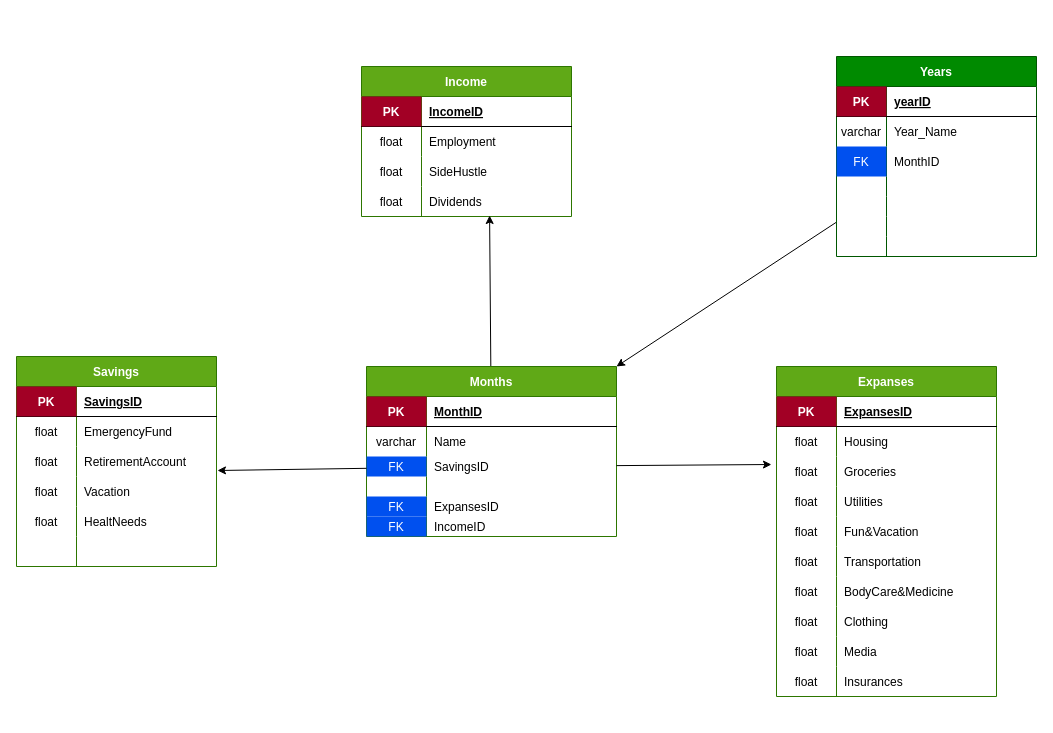
Before: DBdiagram.drawio in demxem/BudgetPlanner, a draw.io diagram. Source tidied: cells renumbered, new cells numbered last; positions are measured from the earlier drawing's top-left corner, leaving out a move shared by most shapes. Both pictures are drawn from the tidied source at 100%, with x=0, y=0 at pixel (16, 16).
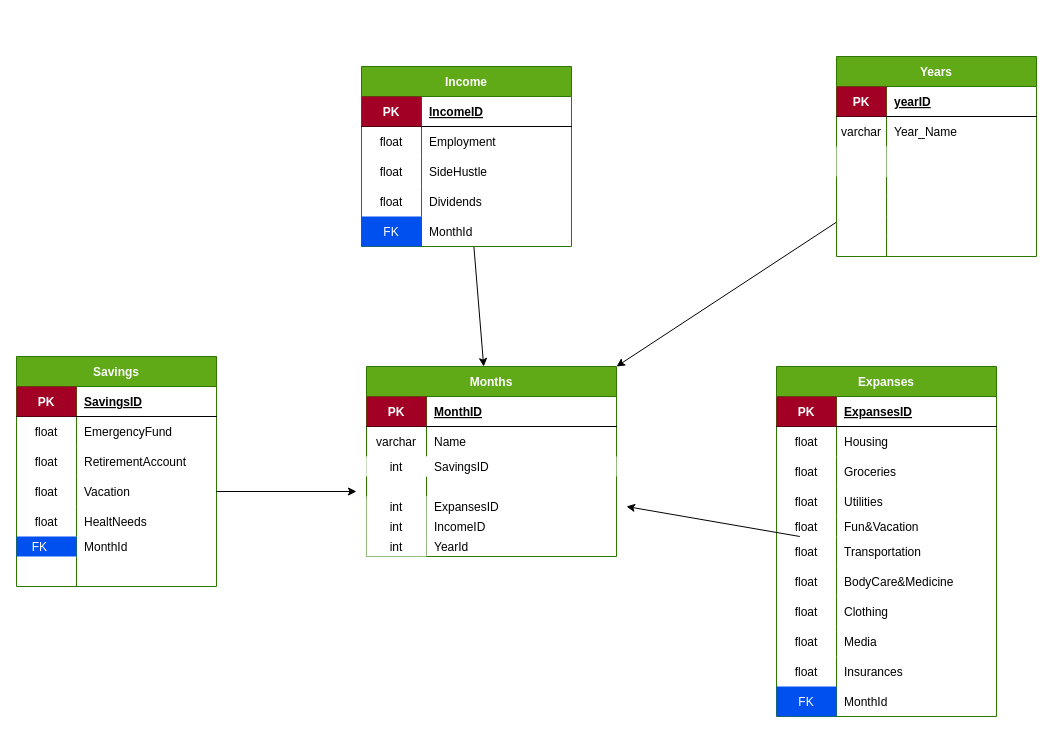
The same page after the edit.

The change refers to these unchanged cells:
```xml
<mxCell id="10" style="shape=tableRow;horizontal=0;startSize=0;swimlaneHead=0;swimlaneBody=0;fillColor=none;top=0;left=0;right=0;bottom=0;" parent="3" vertex="1">
  <mxGeometry y="90" width="200" height="30" as="geometry" />
</mxCell>
<mxCell id="35" style="shape=tableRow;horizontal=0;startSize=0;swimlaneHead=0;swimlaneBody=0;fillColor=none;points=[[0,0.5],[1,0.5]];portConstraint=eastwest;top=0;left=0;right=0;bottom=0;" parent="25" vertex="1">
  <mxGeometry y="120" width="210" height="30" as="geometry" />
</mxCell>
<mxCell id="45" style="shape=tableRow;horizontal=0;startSize=0;swimlaneHead=0;swimlaneBody=0;fillColor=none;points=[[0,0.5],[1,0.5]];portConstraint=eastwest;top=0;left=0;right=0;bottom=0;" parent="38" vertex="1">
  <mxGeometry y="90" width="220" height="30" as="geometry" />
</mxCell>
<mxCell id="76" style="shape=tableRow;horizontal=0;startSize=0;swimlaneHead=0;swimlaneBody=0;fillColor=none;points=[[0,0.5],[1,0.5]];portConstraint=eastwest;top=0;left=0;right=0;bottom=0;" parent="69" vertex="1">
  <mxGeometry y="90" width="200" height="30" as="geometry" />
</mxCell>
<mxCell id="79" style="shape=tableRow;horizontal=0;startSize=0;swimlaneHead=0;swimlaneBody=0;fillColor=none;points=[[0,0.5],[1,0.5]];portConstraint=eastwest;top=0;left=0;right=0;bottom=0;" parent="69" vertex="1">
  <mxGeometry y="120" width="200" height="30" as="geometry" />
</mxCell>
<mxCell id="102" style="shape=tableRow;horizontal=0;startSize=0;swimlaneHead=0;swimlaneBody=0;fillColor=none;top=0;left=0;right=0;bottom=0;" parent="89" vertex="1">
  <mxGeometry y="130" width="250" height="20" as="geometry" />
</mxCell>
<mxCell id="105" style="shape=tableRow;horizontal=0;startSize=0;swimlaneHead=0;swimlaneBody=0;fillColor=none;top=0;left=0;right=0;bottom=0;" parent="89" vertex="1">
  <mxGeometry y="150" width="250" height="20" as="geometry" />
</mxCell>
```

The edit, as a diff of the source:
```diff
@@
-    <mxCell id="3" value="Years" style="shape=table;startSize=30;childLayout=tableLayout;rowLines=0;fontStyle=1;align=center;fillColor=#008a00;fontColor=#ffffff;strokeColor=#005700;" parent="1" vertex="1">
+    <mxCell id="3" value="Years" style="shape=table;startSize=30;childLayout=tableLayout;rowLines=0;fontStyle=1;align=center;fillColor=#60a917;fontColor=#ffffff;strokeColor=#2D7600;" parent="1" vertex="1">
       <mxGeometry x="820" y="40" width="200" height="200" as="geometry" />
     </mxCell>
@@
-    <mxCell id="11" value="FK" style="shape=partialRectangle;fillColor=#0050ef;top=0;left=0;bottom=0;right=0;overflow=hidden;fontColor=#ffffff;strokeColor=#001DBC;" parent="10" vertex="1">
+    <mxCell id="11" style="shape=partialRectangle;top=0;left=0;bottom=0;right=0;overflow=hidden;" parent="10" vertex="1">
       <mxGeometry width="50" height="30" as="geometry" />
     </mxCell>
-    <mxCell id="12" value="MonthID" style="shape=partialRectangle;fillColor=none;top=0;left=0;bottom=0;right=0;align=left;spacingLeft=6;overflow=hidden;" parent="10" vertex="1">
+    <mxCell id="12" style="shape=partialRectangle;fillColor=none;top=0;left=0;bottom=0;right=0;align=left;spacingLeft=6;overflow=hidden;" parent="10" vertex="1">
       <mxGeometry x="50" width="150" height="30" as="geometry" />
     </mxCell>
@@
+    <mxCell id="111" style="edgeStyle=none;html=1;" parent="1" edge="1" source="25" target="89">
+      <mxGeometry relative="1" as="geometry" />
+    </mxCell>
     <mxCell id="25" value="Income" style="shape=table;startSize=30;childLayout=tableLayout;rowLines=0;fontStyle=1;align=center;fillColor=#60a917;fontColor=#ffffff;strokeColor=#2D7600;" parent="1" vertex="1">
-      <mxGeometry x="345" y="50" width="210" height="150" as="geometry" />
+      <mxGeometry x="345" y="50" width="210" height="180" as="geometry" />
     </mxCell>
@@
+    <mxCell id="112" style="shape=tableRow;horizontal=0;startSize=0;swimlaneHead=0;swimlaneBody=0;fillColor=none;top=0;left=0;right=0;bottom=0;" parent="25" vertex="1">
+      <mxGeometry y="150" width="210" height="30" as="geometry" />
+    </mxCell>
+    <mxCell id="113" value="FK" style="shape=partialRectangle;fillColor=#0050ef;top=0;left=0;bottom=0;right=0;overflow=hidden;fontColor=#ffffff;strokeColor=#001DBC;" parent="112" vertex="1">
+      <mxGeometry width="60" height="30" as="geometry" />
+    </mxCell>
+    <mxCell id="114" value="MonthId" style="shape=partialRectangle;fillColor=none;top=0;left=0;bottom=0;right=0;align=left;spacingLeft=6;overflow=hidden;" parent="112" vertex="1">
+      <mxGeometry x="60" width="150" height="30" as="geometry" />
+    </mxCell>
     <mxCell id="38" value="Expanses" style="shape=table;startSize=30;childLayout=tableLayout;rowLines=0;fontStyle=1;align=center;fillColor=#60a917;fontColor=#ffffff;strokeColor=#2D7600;" parent="1" vertex="1">
-      <mxGeometry x="760" y="350" width="220" height="330" as="geometry" />
+      <mxGeometry x="760" y="350" width="220" height="350" as="geometry" />
     </mxCell>
@@
     <mxCell id="51" style="shape=tableRow;horizontal=0;startSize=0;swimlaneHead=0;swimlaneBody=0;fillColor=none;top=0;left=0;right=0;bottom=0;" parent="38" vertex="1">
-      <mxGeometry y="150" width="220" height="30" as="geometry" />
+      <mxGeometry y="150" width="220" height="20" as="geometry" />
     </mxCell>
     <mxCell id="52" value="float" style="shape=partialRectangle;fillColor=none;top=0;left=0;bottom=0;right=0;overflow=hidden;" parent="51" vertex="1">
-      <mxGeometry width="60" height="30" as="geometry" />
+      <mxGeometry width="60" height="20" as="geometry" />
     </mxCell>
     <mxCell id="53" value="Fun&amp;Vacation" style="shape=partialRectangle;fillColor=none;top=0;left=0;bottom=0;right=0;align=left;spacingLeft=6;overflow=hidden;" parent="51" vertex="1">
-      <mxGeometry x="60" width="160" height="30" as="geometry" />
+      <mxGeometry x="60" width="160" height="20" as="geometry" />
     </mxCell>
     <mxCell id="54" style="shape=tableRow;horizontal=0;startSize=0;swimlaneHead=0;swimlaneBody=0;fillColor=none;points=[[0,0.5],[1,0.5]];portConstraint=eastwest;top=0;left=0;right=0;bottom=0;" parent="38" vertex="1">
-      <mxGeometry y="180" width="220" height="30" as="geometry" />
+      <mxGeometry y="170" width="220" height="30" as="geometry" />
     </mxCell>
@@
     <mxCell id="57" style="shape=tableRow;horizontal=0;startSize=0;swimlaneHead=0;swimlaneBody=0;fillColor=none;top=0;left=0;right=0;bottom=0;" parent="38" vertex="1">
-      <mxGeometry y="210" width="220" height="30" as="geometry" />
+      <mxGeometry y="200" width="220" height="30" as="geometry" />
     </mxCell>
@@
     <mxCell id="60" style="shape=tableRow;horizontal=0;startSize=0;swimlaneHead=0;swimlaneBody=0;fillColor=none;top=0;left=0;right=0;bottom=0;" parent="38" vertex="1">
-      <mxGeometry y="240" width="220" height="30" as="geometry" />
+      <mxGeometry y="230" width="220" height="30" as="geometry" />
     </mxCell>
@@
     <mxCell id="63" style="shape=tableRow;horizontal=0;startSize=0;swimlaneHead=0;swimlaneBody=0;fillColor=none;top=0;left=0;right=0;bottom=0;" parent="38" vertex="1">
-      <mxGeometry y="270" width="220" height="30" as="geometry" />
+      <mxGeometry y="260" width="220" height="30" as="geometry" />
     </mxCell>
@@
     <mxCell id="66" style="shape=tableRow;horizontal=0;startSize=0;swimlaneHead=0;swimlaneBody=0;fillColor=none;top=0;left=0;right=0;bottom=0;" parent="38" vertex="1">
-      <mxGeometry y="300" width="220" height="30" as="geometry" />
+      <mxGeometry y="290" width="220" height="30" as="geometry" />
     </mxCell>
@@
+    <mxCell id="115" style="shape=tableRow;horizontal=0;startSize=0;swimlaneHead=0;swimlaneBody=0;fillColor=none;top=0;left=0;right=0;bottom=0;" parent="38" vertex="1">
+      <mxGeometry y="320" width="220" height="30" as="geometry" />
+    </mxCell>
+    <mxCell id="116" value="FK" style="shape=partialRectangle;fillColor=#0050ef;top=0;left=0;bottom=0;right=0;overflow=hidden;fontColor=#ffffff;strokeColor=#001DBC;" parent="115" vertex="1">
+      <mxGeometry width="60" height="30" as="geometry" />
+    </mxCell>
+    <mxCell id="117" value="MonthId" style="shape=partialRectangle;fillColor=none;top=0;left=0;bottom=0;right=0;align=left;spacingLeft=6;overflow=hidden;" parent="115" vertex="1">
+      <mxGeometry x="60" width="160" height="30" as="geometry" />
+    </mxCell>
     <mxCell id="69" value="Savings" style="shape=table;startSize=30;childLayout=tableLayout;rowLines=0;fontStyle=1;align=center;fillColor=#60a917;fontColor=#ffffff;strokeColor=#2D7600;" parent="1" vertex="1">
-      <mxGeometry y="340" width="200" height="210" as="geometry" />
+      <mxGeometry y="340" width="200" height="230" as="geometry" />
     </mxCell>
@@
     <mxCell id="85" style="shape=tableRow;horizontal=0;startSize=0;swimlaneHead=0;swimlaneBody=0;fillColor=none;top=0;left=0;right=0;bottom=0;" parent="69" vertex="1">
-      <mxGeometry y="180" width="200" height="30" as="geometry" />
+      <mxGeometry y="180" width="200" height="20" as="geometry" />
     </mxCell>
-    <mxCell id="86" style="shape=partialRectangle;fillColor=none;top=0;left=0;bottom=0;right=0;overflow=hidden;" parent="85" vertex="1">
-      <mxGeometry width="60" height="30" as="geometry" />
+    <mxCell id="86" value="FK    " style="shape=partialRectangle;fillColor=#0050ef;top=0;left=0;bottom=0;right=0;overflow=hidden;fontColor=#ffffff;strokeColor=#001DBC;" parent="85" vertex="1">
+      <mxGeometry width="60" height="20" as="geometry" />
     </mxCell>
-    <mxCell id="87" style="shape=partialRectangle;fillColor=none;top=0;left=0;bottom=0;right=0;align=left;spacingLeft=6;overflow=hidden;" parent="85" vertex="1">
-      <mxGeometry x="60" width="140" height="30" as="geometry" />
+    <mxCell id="87" value="MonthId" style="shape=partialRectangle;fillColor=none;top=0;left=0;bottom=0;right=0;align=left;spacingLeft=6;overflow=hidden;" parent="85" vertex="1">
+      <mxGeometry x="60" width="140" height="20" as="geometry" />
     </mxCell>
-    <mxCell id="88" style="edgeStyle=none;html=1;entryX=0.61;entryY=0.967;entryDx=0;entryDy=0;entryPerimeter=0;" parent="1" edge="1" source="89" target="35">
-      <mxGeometry relative="1" as="geometry" />
-    </mxCell>
+    <mxCell id="118" style="shape=tableRow;horizontal=0;startSize=0;swimlaneHead=0;swimlaneBody=0;fillColor=none;top=0;left=0;right=0;bottom=0;" parent="69" vertex="1">
+      <mxGeometry y="200" width="200" height="30" as="geometry" />
+    </mxCell>
+    <mxCell id="119" style="shape=partialRectangle;fillColor=none;top=0;left=0;bottom=0;right=0;overflow=hidden;" parent="118" vertex="1">
+      <mxGeometry width="60" height="30" as="geometry" />
+    </mxCell>
+    <mxCell id="120" style="shape=partialRectangle;fillColor=none;top=0;left=0;bottom=0;right=0;align=left;spacingLeft=6;overflow=hidden;" parent="118" vertex="1">
+      <mxGeometry x="60" width="140" height="30" as="geometry" />
+    </mxCell>
     <mxCell id="89" value="Months" style="shape=table;startSize=30;childLayout=tableLayout;rowLines=0;fontStyle=1;align=center;fillColor=#60a917;fontColor=#ffffff;strokeColor=#2D7600;" parent="1" vertex="1">
-      <mxGeometry x="350" y="350" width="250" height="170" as="geometry" />
+      <mxGeometry x="350" y="350" width="250" height="190" as="geometry" />
     </mxCell>
@@
-    <mxCell id="96" style="shape=tableRow;horizontal=0;startSize=0;swimlaneHead=0;swimlaneBody=0;fillColor=none;points=[[0,0.5],[1,0.5]];portConstraint=eastwest;top=0;left=0;right=0;bottom=0;" parent="89" vertex="1">
+    <mxCell id="96" style="shape=tableRow;horizontal=0;startSize=0;swimlaneHead=0;swimlaneBody=0;points=[[0,0.5],[1,0.5]];portConstraint=eastwest;top=0;left=0;right=0;bottom=0;" parent="89" vertex="1">
       <mxGeometry y="90" width="250" height="20" as="geometry" />
     </mxCell>
-    <mxCell id="97" value="FK" style="shape=partialRectangle;fillColor=#0050ef;top=0;left=0;bottom=0;right=0;overflow=hidden;fontColor=#ffffff;strokeColor=#001DBC;" parent="96" vertex="1">
+    <mxCell id="97" value="int" style="shape=partialRectangle;top=0;left=0;bottom=0;right=0;overflow=hidden;" parent="96" vertex="1">
       <mxGeometry width="60" height="20" as="geometry" />
     </mxCell>
@@
-    <mxCell id="103" value="FK" style="shape=partialRectangle;fillColor=#0050ef;top=0;left=0;bottom=0;right=0;overflow=hidden;fontColor=#ffffff;strokeColor=#001DBC;" parent="102" vertex="1">
+    <mxCell id="103" value="int" style="shape=partialRectangle;top=0;left=0;bottom=0;right=0;overflow=hidden;" parent="102" vertex="1">
       <mxGeometry width="60" height="20" as="geometry" />
     </mxCell>
@@
-    <mxCell id="106" value="FK" style="shape=partialRectangle;fillColor=#0050ef;top=0;left=0;bottom=0;right=0;overflow=hidden;fontColor=#ffffff;strokeColor=#001DBC;" parent="105" vertex="1">
+    <mxCell id="106" value="int" style="shape=partialRectangle;top=0;left=0;bottom=0;right=0;overflow=hidden;" parent="105" vertex="1">
       <mxGeometry width="60" height="20" as="geometry" />
     </mxCell>
@@
+    <mxCell id="121" style="shape=tableRow;horizontal=0;startSize=0;swimlaneHead=0;swimlaneBody=0;fillColor=none;top=0;left=0;right=0;bottom=0;" parent="89" vertex="1">
+      <mxGeometry y="170" width="250" height="20" as="geometry" />
+    </mxCell>
+    <mxCell id="122" value="int" style="shape=partialRectangle;top=0;left=0;bottom=0;right=0;overflow=hidden;" parent="121" vertex="1">
+      <mxGeometry width="60" height="20" as="geometry" />
+    </mxCell>
+    <mxCell id="123" value="YearId" style="shape=partialRectangle;fillColor=none;top=0;left=0;bottom=0;right=0;align=left;spacingLeft=6;overflow=hidden;" parent="121" vertex="1">
+      <mxGeometry x="60" width="190" height="20" as="geometry" />
+    </mxCell>
@@
-    <mxCell id="109" style="edgeStyle=none;html=1;entryX=-0.023;entryY=0.267;entryDx=0;entryDy=0;entryPerimeter=0;" parent="1" edge="1" source="96" target="45">
-      <mxGeometry relative="1" as="geometry" />
-    </mxCell>
-    <mxCell id="110" style="edgeStyle=none;html=1;entryX=1.005;entryY=0.8;entryDx=0;entryDy=0;entryPerimeter=0;" parent="1" edge="1" source="96" target="76">
-      <mxGeometry relative="1" as="geometry" />
-    </mxCell>
+    <mxCell id="124" style="edgeStyle=none;html=1;" parent="1" edge="1" source="79">
+      <mxGeometry relative="1" as="geometry">
+        <mxPoint x="340" y="475" as="targetPoint" />
+      </mxGeometry>
+    </mxCell>
+    <mxCell id="125" style="edgeStyle=none;html=1;" parent="1" edge="1" source="54">
+      <mxGeometry relative="1" as="geometry">
+        <mxPoint x="610" y="490" as="targetPoint" />
+      </mxGeometry>
+    </mxCell>
```
